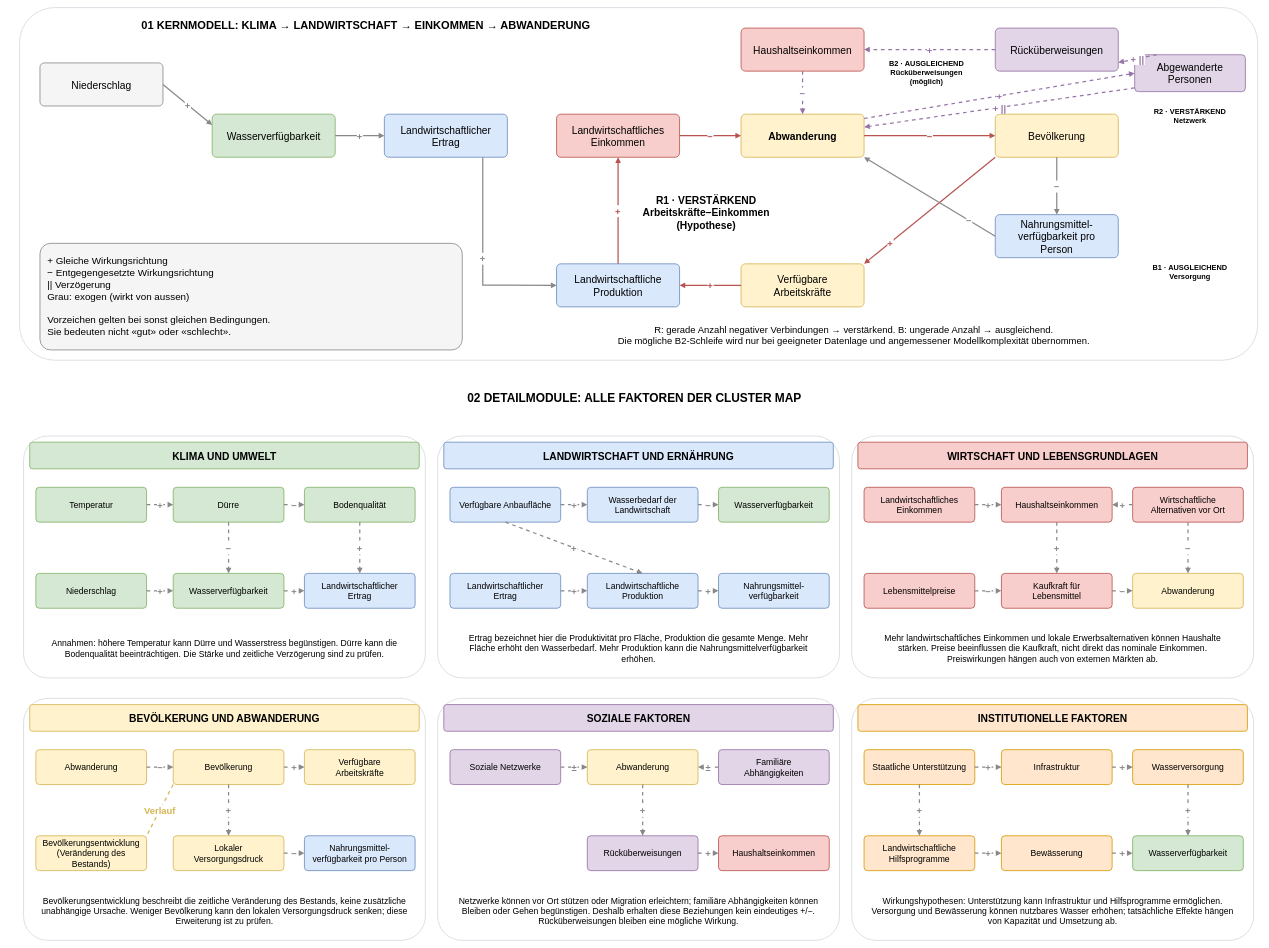
Above: LE1_system_mapping/drawio/causal_loop_map.drawio in ibidreli/climatemigration (draw.io), before the change. Source tidied: cells renumbered, new cells numbered last; positions are measured from the earlier drawing's top-left corner, leaving out a move shared by most shapes. Both pictures are drawn from the tidied source at 41%, with x=0, y=0 at pixel (7, 7).
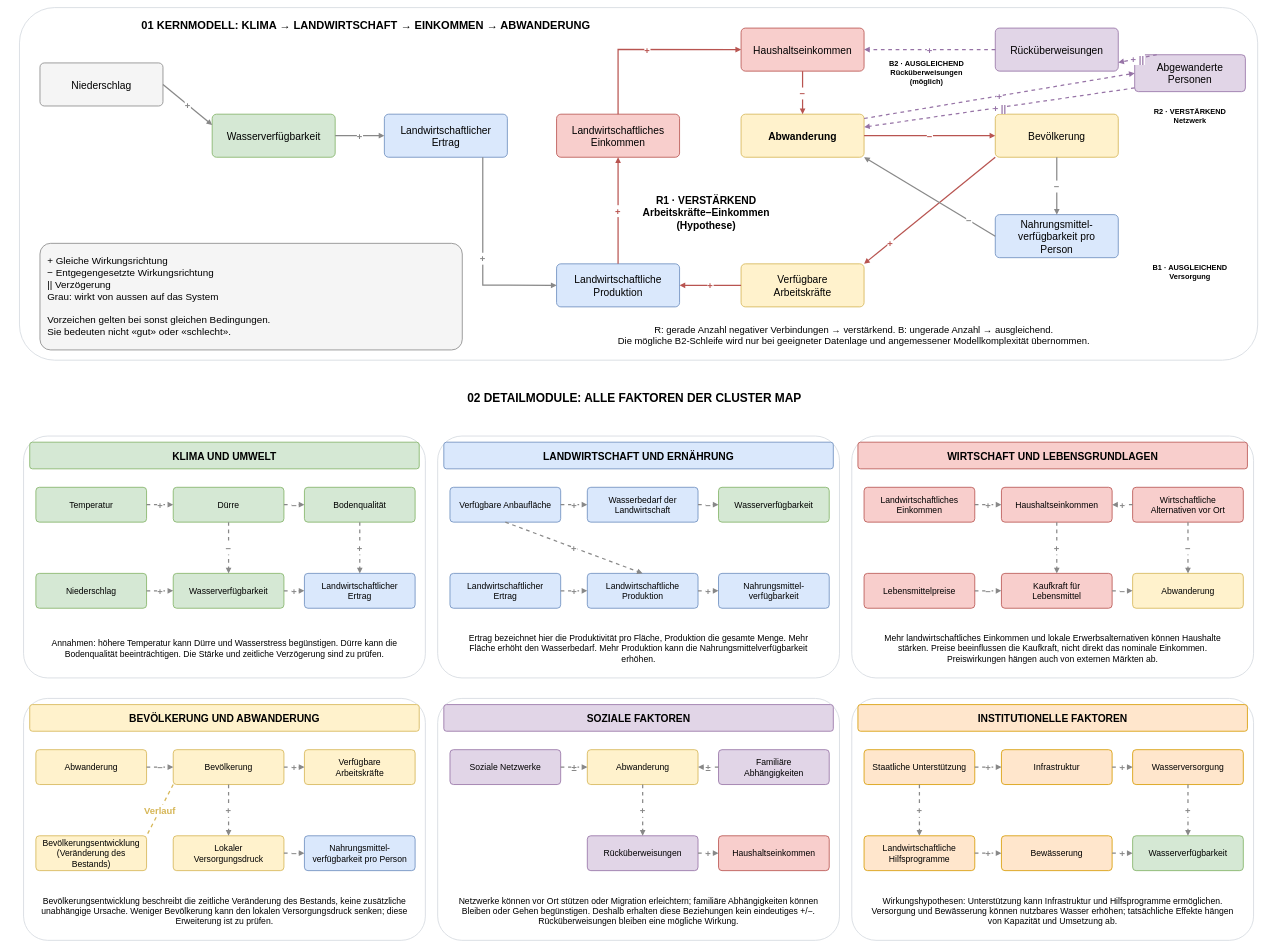
After the change.

The change refers to these unchanged cells:
```xml
<mxCell id="7" value="Landwirtschaftliches&#10;Einkommen" style="rounded=1;arcSize=10;whiteSpace=wrap;html=0;fontFamily=Arial;fontSize=25;fontStyle=0;align=center;verticalAlign=middle;spacing=18;fillColor=#f8cecc;strokeColor=#b85450;strokeWidth=2;" parent="1" vertex="1">
  <mxGeometry x="1340" y="260" width="300" height="105" as="geometry" />
</mxCell>
<mxCell id="8" value="Abwanderung" style="rounded=1;arcSize=10;whiteSpace=wrap;html=0;fontFamily=Arial;fontSize=25;fontStyle=1;align=center;verticalAlign=middle;spacing=18;fillColor=#fff2cc;strokeColor=#d6b656;strokeWidth=2;" parent="1" vertex="1">
  <mxGeometry x="1790" y="260" width="300" height="105" as="geometry" />
</mxCell>
<mxCell id="13" value="Haushaltseinkommen" style="rounded=1;arcSize=10;whiteSpace=wrap;html=0;fontFamily=Arial;fontSize=25;fontStyle=0;align=center;verticalAlign=middle;spacing=18;fillColor=#f8cecc;strokeColor=#b85450;strokeWidth=2;" parent="1" vertex="1">
  <mxGeometry x="1790" y="50" width="300" height="105" as="geometry" />
</mxCell>
```

The edit, as a diff of the source:
```diff
@@
-    <mxCell id="16" value="−" style="edgeStyle=none;rounded=0;html=0;endArrow=block;endFill=1;strokeWidth=3;strokeColor=#b85450;fontColor=#b85450;fontSize=23;fontStyle=1;labelBackgroundColor=#ffffff;exitX=1;exitY=0.5;entryX=0;entryY=0.5;exitPerimeter=0;entryPerimeter=0;dashed=0;" parent="1" edge="1" source="7" target="8">
-      <mxGeometry relative="1" as="geometry" />
-    </mxCell>
@@
-    <mxCell id="21" value="−" style="edgeStyle=none;rounded=0;html=0;endArrow=block;endFill=1;strokeWidth=3;strokeColor=#9673a6;fontColor=#9673a6;fontSize=23;fontStyle=1;labelBackgroundColor=#ffffff;exitX=0.5;exitY=1;entryX=0.5;entryY=0;exitPerimeter=0;entryPerimeter=0;dashed=1;" parent="1" edge="1" source="13" target="8">
+    <mxCell id="21" value="−" style="edgeStyle=none;rounded=0;html=0;endArrow=block;endFill=1;strokeWidth=3;strokeColor=#b85450;fontColor=#b85450;fontSize=23;fontStyle=1;labelBackgroundColor=#ffffff;exitX=0.5;exitY=1;entryX=0.5;entryY=0;exitPerimeter=0;entryPerimeter=0;dashed=0;" parent="1" edge="1" source="13" target="8">
       <mxGeometry relative="1" as="geometry" />
     </mxCell>
@@
-    <mxCell id="24" value="+  Gleiche Wirkungsrichtung&#10;−  Entgegengesetzte Wirkungsrichtung&#10;||  Verzögerung&#10;Grau: exogen (wirkt von aussen)&#10;&#10;Vorzeichen gelten bei sonst gleichen Bedingungen.&#10;Sie bedeuten nicht «gut» oder «schlecht»." style="rounded=1;arcSize=10;whiteSpace=wrap;html=0;fontFamily=Arial;fontSize=24;fontStyle=0;align=left;verticalAlign=middle;spacing=18;fillColor=#f5f5f5;strokeColor=#888888;strokeWidth=2;" parent="1" vertex="1">
+    <mxCell id="24" value="+  Gleiche Wirkungsrichtung&#10;−  Entgegengesetzte Wirkungsrichtung&#10;||  Verzögerung&#10;Grau: wirkt von aussen auf das System&#10;&#10;Vorzeichen gelten bei sonst gleichen Bedingungen.&#10;Sie bedeuten nicht «gut» oder «schlecht»." style="rounded=1;arcSize=10;whiteSpace=wrap;html=0;fontFamily=Arial;fontSize=24;fontStyle=0;align=left;verticalAlign=middle;spacing=18;fillColor=#f5f5f5;strokeColor=#888888;strokeWidth=2;" parent="1" vertex="1">
       <mxGeometry x="80" y="575" width="1030" height="260" as="geometry" />
     </mxCell>
@@
+    <mxCell id="123" value="+" style="edgeStyle=none;rounded=0;html=0;endArrow=block;endFill=1;strokeWidth=3;strokeColor=#b85450;fontColor=#b85450;fontSize=23;fontStyle=1;labelBackgroundColor=#ffffff;exitX=0.5;exitY=0;entryX=0;entryY=0.5;exitPerimeter=0;entryPerimeter=0;dashed=0;" parent="1" edge="1" source="7" target="13">
+      <mxGeometry relative="1" as="geometry">
+        <Array as="points">
+          <mxPoint x="1490" y="102" />
+        </Array>
+      </mxGeometry>
+    </mxCell>
```
